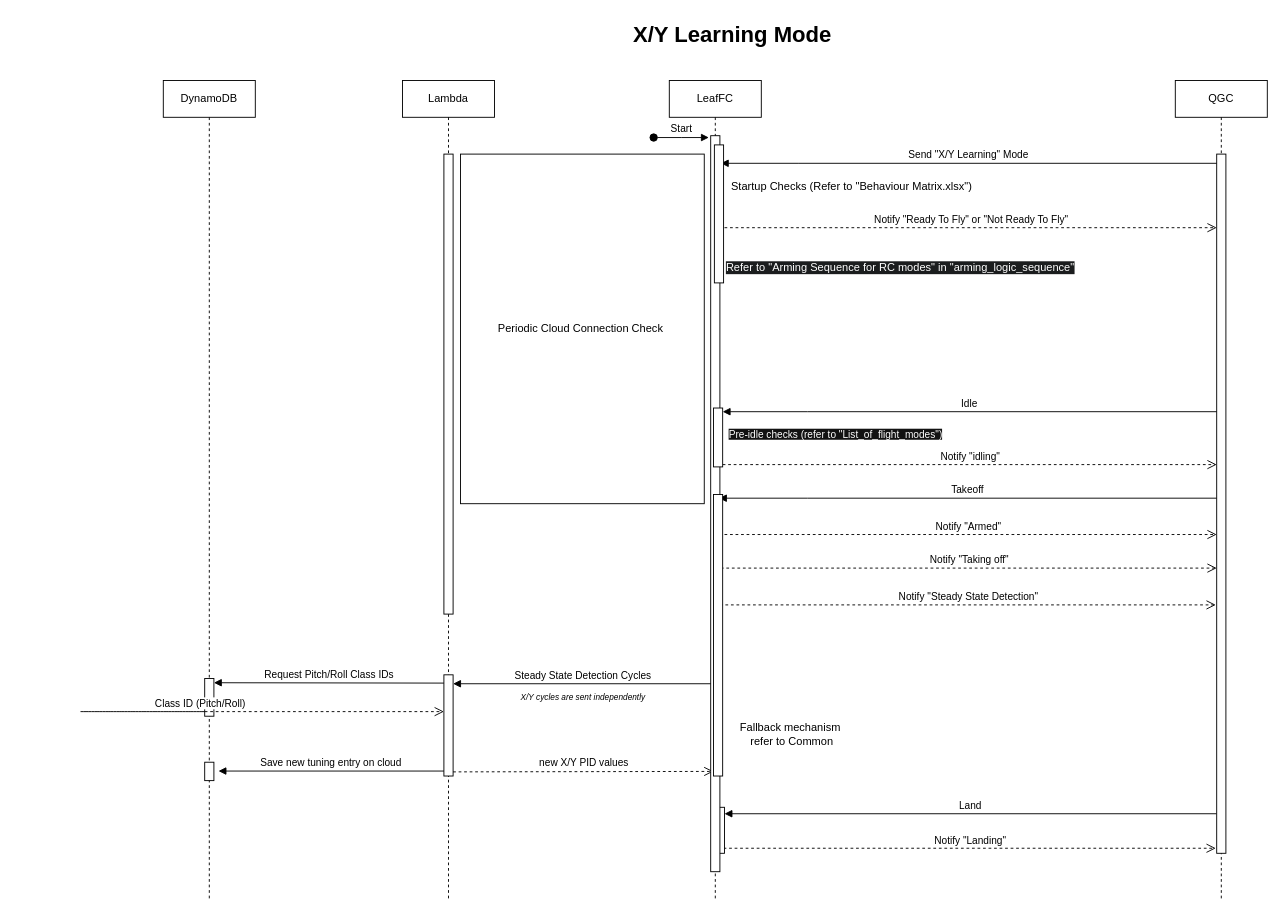
This is Guide/HEAR Software/Flight Modes/Modes Sequence Diagrams/X-Y learning mode.drawio from DroneLeaf/HEAR_wiki, a draw.io file, before an edit. Source tidied: cells renumbered, new cells numbered last; positions are measured from the earlier drawing's top-left corner, leaving out a move shared by most shapes. Both pictures are drawn from the tidied source at 92%, with x=0, y=0 at pixel (80, 16).
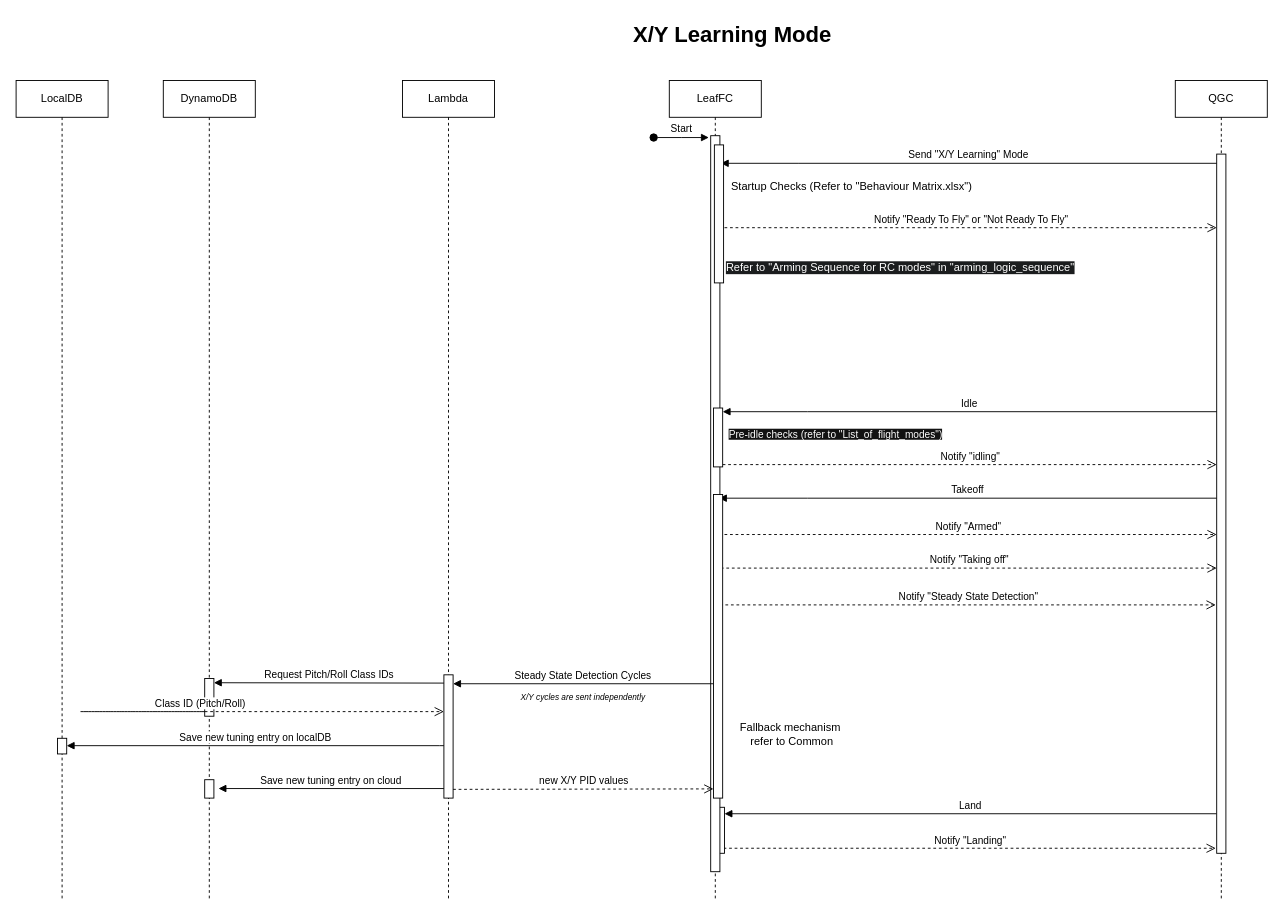
Above is the later version.

Commit message (it also covers changes not shown here):
Modified Full Learning and X-Y learning sequence diagrams

- Removed periodic cloud healthcheck
- added localDB tuning save

Unchanged cells that the change refers to:
```xml
<mxCell id="13" value="Lambda" style="shape=umlLifeline;perimeter=lifelinePerimeter;whiteSpace=wrap;html=1;newEdgeStyle={&quot;edgeStyle&quot;:&quot;elbowEdgeStyle&quot;,&quot;elbow&quot;:&quot;vertical&quot;,&quot;curved&quot;:0,&quot;rounded&quot;:0};" parent="1" vertex="1">
  <mxGeometry x="350" y="70" width="100" height="890" as="geometry" />
</mxCell>
<mxCell id="17" value="&lt;div&gt;DynamoDB&lt;/div&gt;" style="shape=umlLifeline;perimeter=lifelinePerimeter;whiteSpace=wrap;html=1;newEdgeStyle={&quot;edgeStyle&quot;:&quot;elbowEdgeStyle&quot;,&quot;elbow&quot;:&quot;vertical&quot;,&quot;curved&quot;:0,&quot;rounded&quot;:0};" parent="1" vertex="1">
  <mxGeometry x="90" y="70" width="100" height="890" as="geometry" />
</mxCell>
```

Diff of the diagram source:
```diff
@@
+    <mxCell id="32" style="html=1;perimeter=orthogonalPerimeter;targetShapes=umlLifeline;newEdgeStyle={&quot;edgeStyle&quot;:&quot;elbowEdgeStyle&quot;,&quot;elbow&quot;:&quot;vertical&quot;,&quot;curved&quot;:0,&quot;rounded&quot;:0};" parent="1" vertex="1">
+      <mxGeometry x="685" y="130" width="10" height="800" as="geometry" />
+    </mxCell>
@@
     <mxCell id="14" style="html=1;perimeter=orthogonalPerimeter;targetShapes=umlLifeline;newEdgeStyle={&quot;edgeStyle&quot;:&quot;elbowEdgeStyle&quot;,&quot;elbow&quot;:&quot;vertical&quot;,&quot;curved&quot;:0,&quot;rounded&quot;:0};" parent="13" vertex="1">
-      <mxGeometry x="45" y="646" width="10" height="110" as="geometry" />
+      <mxGeometry x="45" y="646" width="10" height="134" as="geometry" />
     </mxCell>
@@
-    <mxCell id="16" style="html=1;perimeter=orthogonalPerimeter;targetShapes=umlLifeline;newEdgeStyle={&quot;edgeStyle&quot;:&quot;elbowEdgeStyle&quot;,&quot;elbow&quot;:&quot;vertical&quot;,&quot;curved&quot;:0,&quot;rounded&quot;:0};" parent="1" vertex="1">
-      <mxGeometry x="395" y="150" width="10" height="500" as="geometry" />
-    </mxCell>
@@
     <mxCell id="18" style="html=1;perimeter=orthogonalPerimeter;targetShapes=umlLifeline;newEdgeStyle={&quot;edgeStyle&quot;:&quot;elbowEdgeStyle&quot;,&quot;elbow&quot;:&quot;vertical&quot;,&quot;curved&quot;:0,&quot;rounded&quot;:0};" parent="17" vertex="1">
-      <mxGeometry x="45" y="741" width="10" height="20" as="geometry" />
+      <mxGeometry x="45" y="760" width="10" height="20" as="geometry" />
     </mxCell>
@@
-    <mxCell id="20" value="new X/Y PID values" style="html=1;verticalAlign=bottom;endArrow=open;dashed=1;endSize=8;edgeStyle=elbowEdgeStyle;elbow=vertical;curved=0;rounded=0;" parent="1" edge="1" target="35">
+    <mxCell id="20" value="new X/Y PID values" style="html=1;verticalAlign=bottom;endArrow=open;dashed=1;endSize=8;edgeStyle=elbowEdgeStyle;elbow=vertical;curved=0;rounded=0;" parent="1" edge="1">
       <mxGeometry relative="1" as="geometry">
-        <mxPoint x="405" y="821.5" as="sourcePoint" />
+        <mxPoint x="405" y="840.5" as="sourcePoint" />
+        <mxPoint x="688" y="840" as="targetPoint" />
         <Array as="points">
-          <mxPoint x="285" y="821" />
+          <mxPoint x="285" y="840" />
         </Array>
       </mxGeometry>
     </mxCell>
     <mxCell id="21" value="Save new tuning entry on cloud" style="html=1;verticalAlign=bottom;endArrow=block;edgeStyle=elbowEdgeStyle;elbow=vertical;curved=0;rounded=0;" parent="1" edge="1">
       <mxGeometry relative="1" as="geometry">
-        <mxPoint x="395" y="820.6" as="sourcePoint" />
-        <mxPoint x="150" y="821" as="targetPoint" />
+        <mxPoint x="395" y="839.6" as="sourcePoint" />
+        <mxPoint x="150" y="840" as="targetPoint" />
         <Array as="points">
-          <mxPoint x="30" y="820.6" />
+          <mxPoint x="30" y="839.6" />
         </Array>
       </mxGeometry>
     </mxCell>
@@
-    <mxCell id="30" value="Periodic Cloud Connection Check&amp;nbsp;" style="rounded=0;whiteSpace=wrap;html=1;" parent="1" vertex="1">
-      <mxGeometry x="413" y="150" width="265" height="380" as="geometry" />
-    </mxCell>
@@
-    <mxCell id="32" style="html=1;perimeter=orthogonalPerimeter;targetShapes=umlLifeline;newEdgeStyle={&quot;edgeStyle&quot;:&quot;elbowEdgeStyle&quot;,&quot;elbow&quot;:&quot;vertical&quot;,&quot;curved&quot;:0,&quot;rounded&quot;:0};" parent="1" vertex="1">
-      <mxGeometry x="685" y="130" width="10" height="800" as="geometry" />
-    </mxCell>
@@
     <mxCell id="35" style="html=1;points=[];perimeter=orthogonalPerimeter;outlineConnect=0;targetShapes=umlLifeline;portConstraint=eastwest;newEdgeStyle={&quot;edgeStyle&quot;:&quot;elbowEdgeStyle&quot;,&quot;elbow&quot;:&quot;vertical&quot;,&quot;curved&quot;:0,&quot;rounded&quot;:0};" parent="1" vertex="1">
-      <mxGeometry x="688" y="520" width="10" height="306" as="geometry" />
+      <mxGeometry x="688" y="520" width="10" height="330" as="geometry" />
     </mxCell>
@@
+    <mxCell id="39" value="&lt;div&gt;LocalDB&lt;/div&gt;" style="shape=umlLifeline;perimeter=lifelinePerimeter;whiteSpace=wrap;html=1;newEdgeStyle={&quot;edgeStyle&quot;:&quot;elbowEdgeStyle&quot;,&quot;elbow&quot;:&quot;vertical&quot;,&quot;curved&quot;:0,&quot;rounded&quot;:0};" parent="1" vertex="1">
+      <mxGeometry x="-70" y="70" width="100" height="890" as="geometry" />
+    </mxCell>
+    <mxCell id="40" style="html=1;perimeter=orthogonalPerimeter;targetShapes=umlLifeline;newEdgeStyle={&quot;edgeStyle&quot;:&quot;elbowEdgeStyle&quot;,&quot;elbow&quot;:&quot;vertical&quot;,&quot;curved&quot;:0,&quot;rounded&quot;:0};" parent="39" vertex="1">
+      <mxGeometry x="45" y="715" width="10" height="17" as="geometry" />
+    </mxCell>
+    <mxCell id="41" value="Save new tuning entry on localDB" style="html=1;verticalAlign=bottom;endArrow=block;edgeStyle=elbowEdgeStyle;elbow=vertical;curved=0;rounded=0;" parent="1" edge="1">
+      <mxGeometry relative="1" as="geometry">
+        <mxPoint x="395" y="793" as="sourcePoint" />
+        <mxPoint x="-15" y="793" as="targetPoint" />
+        <Array as="points">
+          <mxPoint x="390" y="793" />
+        </Array>
+      </mxGeometry>
+    </mxCell>
```
